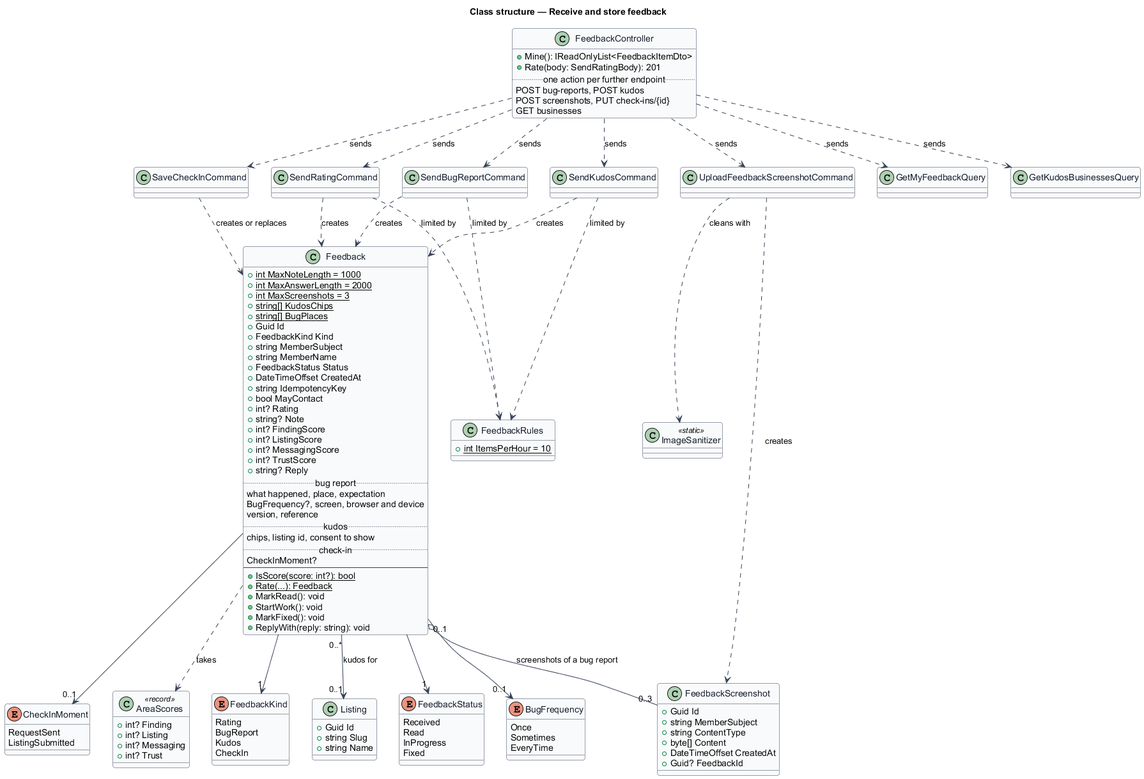
The PlantUML diagram docs/detailed-designs/feedback/receive-and-store-feedback/diagrams/class-structure.png in QuinntyneBrown/jubilee, before a commit.
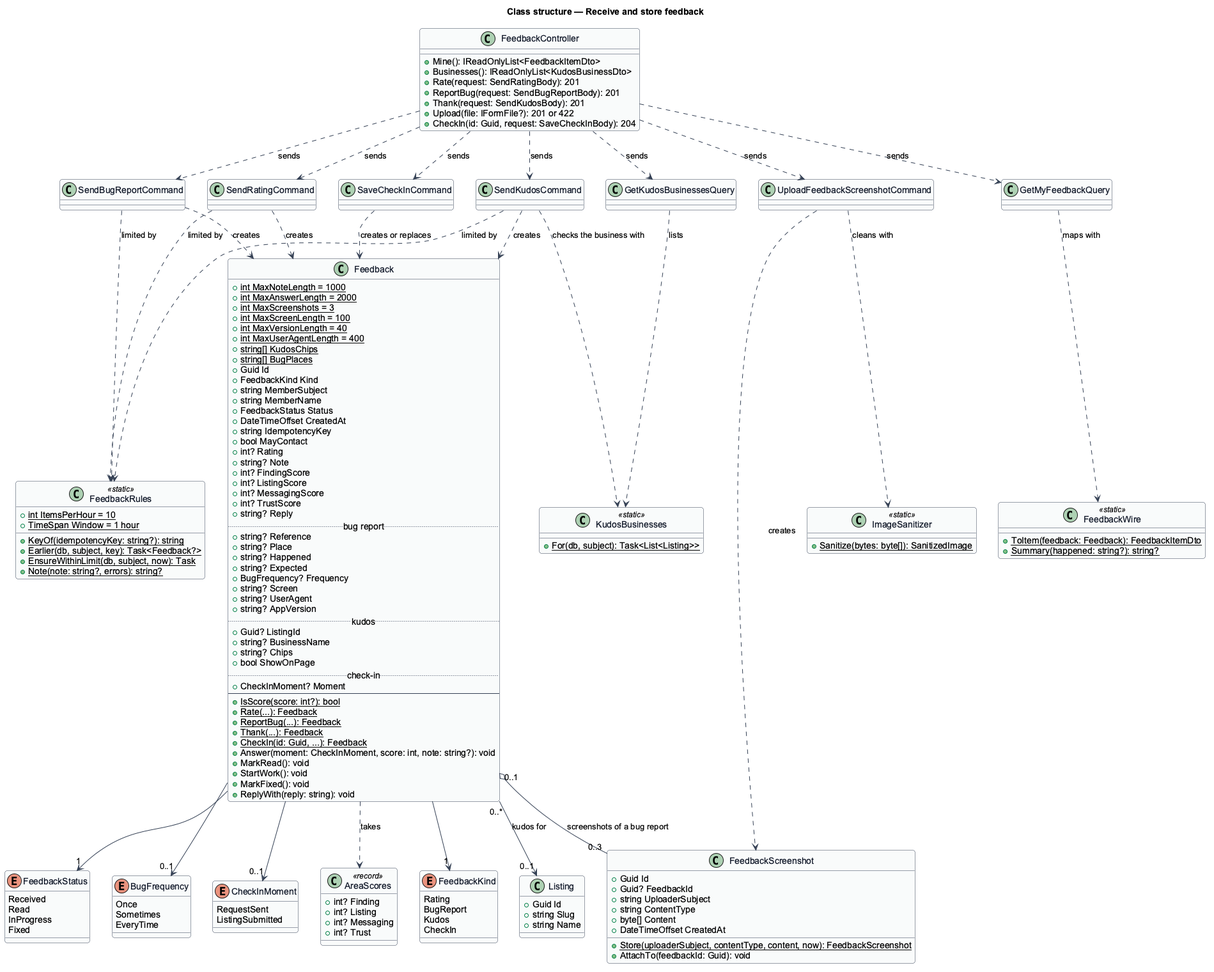
After the commit.

Diff of the diagram source:
```diff
@@ -47,6 +47,9 @@
   +{static} int MaxNoteLength = 1000
   +{static} int MaxAnswerLength = 2000
   +{static} int MaxScreenshots = 3
+  +{static} int MaxScreenLength = 100
+  +{static} int MaxVersionLength = 40
+  +{static} int MaxUserAgentLength = 400
   +{static} string[] KudosChips
   +{static} string[] BugPlaces
   +Guid Id
@@ -65,16 +68,28 @@
   +int? TrustScore
   +string? Reply
   .. bug report ..
-  what happened, place, expectation
-  BugFrequency?, screen, browser and device
-  version, reference
+  +string? Reference
+  +string? Place
+  +string? Happened
+  +string? Expected
+  +BugFrequency? Frequency
+  +string? Screen
+  +string? UserAgent
+  +string? AppVersion
   .. kudos ..
-  chips, listing id, consent to show
+  +Guid? ListingId
+  +string? BusinessName
+  +string? Chips
+  +bool ShowOnPage
   .. check-in ..
-  CheckInMoment?
+  +CheckInMoment? Moment
   --
   +{static} IsScore(score: int?): bool
   +{static} Rate(...): Feedback
+  +{static} ReportBug(...): Feedback
+  +{static} Thank(...): Feedback
+  +{static} CheckIn(id: Guid, ...): Feedback
+  +Answer(moment: CheckInMoment, score: int, note: string?): void
   +MarkRead(): void
   +StartWork(): void
   +MarkFixed(): void
@@ -83,11 +98,13 @@
 
 class FeedbackScreenshot {
   +Guid Id
-  +string MemberSubject
+  +Guid? FeedbackId
+  +string UploaderSubject
   +string ContentType
   +byte[] Content
   +DateTimeOffset CreatedAt
-  +Guid? FeedbackId
+  +{static} Store(uploaderSubject, contentType, content, now): FeedbackScreenshot
+  +AttachTo(feedbackId: Guid): void
 }
 
 class Listing {
@@ -98,11 +115,12 @@
 
 class FeedbackController {
   +Mine(): IReadOnlyList<FeedbackItemDto>
-  +Rate(body: SendRatingBody): 201
-  .. one action per further endpoint ..
-  POST bug-reports, POST kudos
-  POST screenshots, PUT check-ins/{id}
-  GET businesses
+  +Businesses(): IReadOnlyList<KudosBusinessDto>
+  +Rate(request: SendRatingBody): 201
+  +ReportBug(request: SendBugReportBody): 201
+  +Thank(request: SendKudosBody): 201
+  +Upload(file: IFormFile?): 201 or 422
+  +CheckIn(id: Guid, request: SaveCheckInBody): 204
 }
 
 class SendRatingCommand
@@ -113,11 +131,27 @@
 class GetMyFeedbackQuery
 class GetKudosBusinessesQuery
 
-class FeedbackRules {
+class FeedbackRules <<static>> {
   +{static} int ItemsPerHour = 10
+  +{static} TimeSpan Window = 1 hour
+  +{static} KeyOf(idempotencyKey: string?): string
+  +{static} Earlier(db, subject, key): Task<Feedback?>
+  +{static} EnsureWithinLimit(db, subject, now): Task
+  +{static} Note(note: string?, errors): string?
 }
 
-class ImageSanitizer <<static>>
+class FeedbackWire <<static>> {
+  +{static} ToItem(feedback: Feedback): FeedbackItemDto
+  +{static} Summary(happened: string?): string?
+}
+
+class KudosBusinesses <<static>> {
+  +{static} For(db, subject): Task<List<Listing>>
+}
+
+class ImageSanitizer <<static>> {
+  +{static} Sanitize(bytes: byte[]): SanitizedImage
+}
 
 Feedback --> "1" FeedbackKind
 Feedback --> "1" FeedbackStatus
@@ -142,4 +176,7 @@
 SendRatingCommand ..> FeedbackRules : limited by
 SendBugReportCommand ..> FeedbackRules : limited by
 SendKudosCommand ..> FeedbackRules : limited by
+SendKudosCommand ..> KudosBusinesses : checks the business with
+GetKudosBusinessesQuery ..> KudosBusinesses : lists
+GetMyFeedbackQuery ..> FeedbackWire : maps with
 @enduml
```
